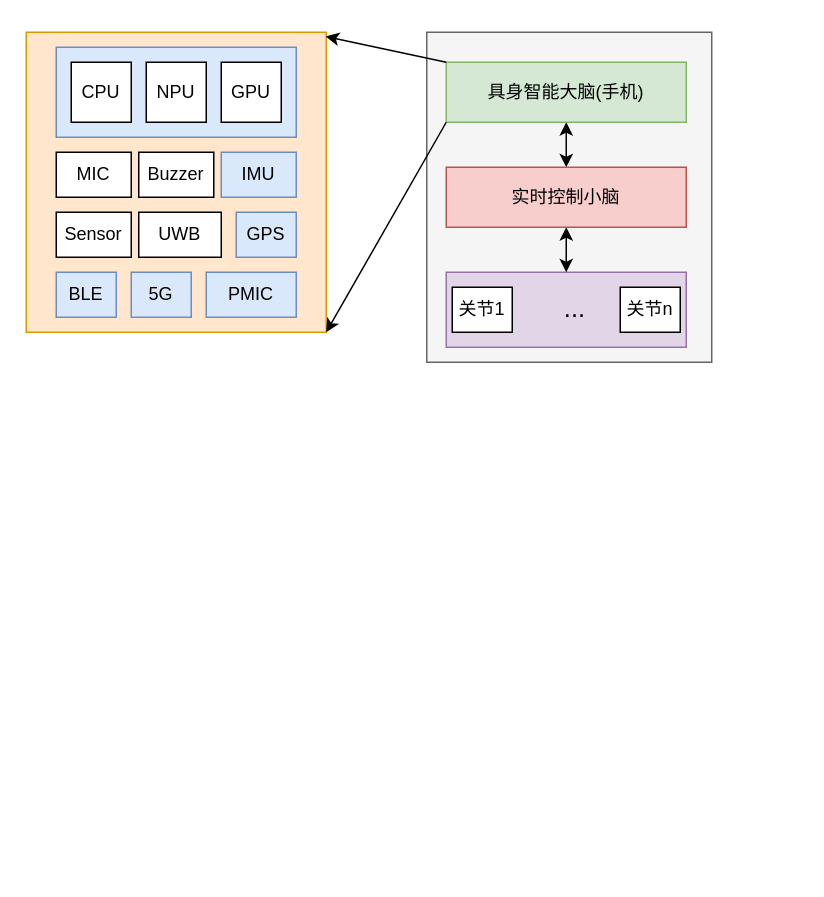
The draw.io diagram AI-robots.drawio in mailonghua/drawio, before the edit. Source tidied: cells renumbered, new cells numbered last; positions are measured from the earlier drawing's top-left corner, leaving out a move shared by most shapes. Both pictures are drawn from the tidied source at 150%, with x=0, y=0 at pixel (26, 32).
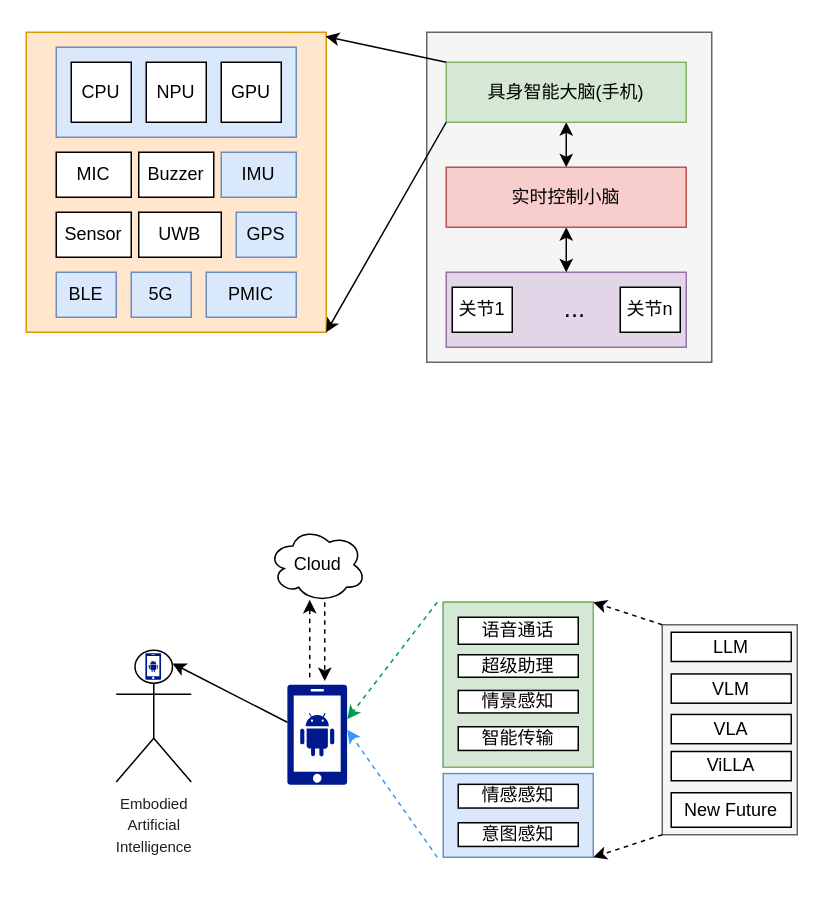
The same page after the edit.

Change to the diagram source:
```diff
@@
+    <mxCell id="28" style="rounded=0;whiteSpace=wrap;html=1;fillColor=#f5f5f5;strokeColor=#666666;fontColor=#333333;" parent="1" vertex="1">
+      <mxGeometry x="424" y="395" width="90" height="140" as="geometry" />
+    </mxCell>
+    <mxCell id="29" style="rounded=0;whiteSpace=wrap;html=1;fillColor=#dae8fc;strokeColor=#6c8ebf;" parent="1" vertex="1">
+      <mxGeometry x="278" y="494.2" width="100" height="55.8" as="geometry" />
+    </mxCell>
@@
+    <mxCell id="30" style="sketch=0;shadow=0;dashed=0;html=1;strokeColor=none;labelPosition=center;verticalLabelPosition=bottom;verticalAlign=top;align=center;fillColor=#00188D;shape=mxgraph.mscae.enterprise.android_phone;" parent="1" vertex="1">
+      <mxGeometry x="174" y="435" width="40" height="66.7" as="geometry" />
+    </mxCell>
+    <mxCell id="31" value="Cloud" style="ellipse;shape=cloud;whiteSpace=wrap;html=1;" parent="1" vertex="1">
+      <mxGeometry x="161.5" y="330" width="65" height="50" as="geometry" />
+    </mxCell>
+    <mxCell id="32" style="endArrow=classic;html=1;rounded=0;entryX=0.75;entryY=0.1;entryDx=0;entryDy=0;entryPerimeter=0;" parent="1" edge="1" target="53">
+      <mxGeometry relative="1" as="geometry">
+        <mxPoint x="174" y="460" as="sourcePoint" />
+      </mxGeometry>
+    </mxCell>
+    <mxCell id="33" style="endArrow=classic;html=1;rounded=0;dashed=1;strokeColor=light-dark(#3399FF,#8282FF);" parent="1" edge="1">
+      <mxGeometry relative="1" as="geometry">
+        <mxPoint x="274" y="550" as="sourcePoint" />
+        <mxPoint x="214" y="465" as="targetPoint" />
+      </mxGeometry>
+    </mxCell>
+    <mxCell id="34" style="endArrow=classic;html=1;rounded=0;dashed=1;strokeColor=#00994D;" parent="1" edge="1">
+      <mxGeometry relative="1" as="geometry">
+        <mxPoint x="274" y="380" as="sourcePoint" />
+        <mxPoint x="214" y="458" as="targetPoint" />
+      </mxGeometry>
+    </mxCell>
+    <mxCell id="35" value="LLM" style="rounded=0;whiteSpace=wrap;html=1;" parent="1" vertex="1">
+      <mxGeometry x="430" y="400" width="80" height="19.5" as="geometry" />
+    </mxCell>
+    <mxCell id="36" value="VLM" style="rounded=0;whiteSpace=wrap;html=1;" parent="1" vertex="1">
+      <mxGeometry x="430" y="427.8" width="80" height="19.5" as="geometry" />
+    </mxCell>
+    <mxCell id="37" value="VLA" style="rounded=0;whiteSpace=wrap;html=1;" parent="1" vertex="1">
+      <mxGeometry x="430" y="454.8" width="80" height="19.5" as="geometry" />
+    </mxCell>
+    <mxCell id="38" value="ViLLA" style="rounded=0;whiteSpace=wrap;html=1;" parent="1" vertex="1">
+      <mxGeometry x="430" y="479.5" width="80" height="19.5" as="geometry" />
+    </mxCell>
+    <mxCell id="39" style="group;fillColor=#dae8fc;strokeColor=#6c8ebf;" parent="1" vertex="1">
+      <mxGeometry x="278" y="380" width="100" height="110" as="geometry" />
+    </mxCell>
+    <mxCell id="40" value="情感感知" style="rounded=0;whiteSpace=wrap;html=1;" parent="1" vertex="1">
+      <mxGeometry x="288" y="501.4" width="80" height="15.8" as="geometry" />
+    </mxCell>
+    <mxCell id="41" value="意图感知" style="rounded=0;whiteSpace=wrap;html=1;" parent="1" vertex="1">
+      <mxGeometry x="288" y="527" width="80" height="15.8" as="geometry" />
+    </mxCell>
+    <mxCell id="42" style="endArrow=classic;html=1;rounded=0;entryX=0.423;entryY=0.968;entryDx=0;entryDy=0;entryPerimeter=0;dashed=1;" parent="1" edge="1" target="31">
+      <mxGeometry relative="1" as="geometry">
+        <mxPoint x="189" y="430" as="sourcePoint" />
+      </mxGeometry>
+    </mxCell>
+    <mxCell id="43" style="endArrow=classic;html=1;rounded=0;exitX=0.577;exitY=1;exitDx=0;exitDy=0;exitPerimeter=0;dashed=1;" parent="1" edge="1" source="31">
+      <mxGeometry relative="1" as="geometry">
+        <mxPoint x="199" y="432.5" as="targetPoint" />
+      </mxGeometry>
+    </mxCell>
+    <mxCell id="44" style="rounded=0;whiteSpace=wrap;html=1;fillColor=#d5e8d4;strokeColor=#82b366;" parent="1" vertex="1">
+      <mxGeometry x="278" y="380" width="100" height="110" as="geometry" />
+    </mxCell>
+    <mxCell id="45" value="语音通话" style="rounded=0;whiteSpace=wrap;html=1;" parent="1" vertex="1">
+      <mxGeometry x="288" y="390" width="80" height="18" as="geometry" />
+    </mxCell>
+    <mxCell id="46" value="超级助理" style="rounded=0;whiteSpace=wrap;html=1;" parent="1" vertex="1">
+      <mxGeometry x="288" y="415" width="80" height="15" as="geometry" />
+    </mxCell>
+    <mxCell id="47" value="智能传输" style="rounded=0;whiteSpace=wrap;html=1;" parent="1" vertex="1">
+      <mxGeometry x="288" y="463" width="80" height="15.8" as="geometry" />
+    </mxCell>
+    <mxCell id="48" value="情景感知" style="rounded=0;whiteSpace=wrap;html=1;" parent="1" vertex="1">
+      <mxGeometry x="288" y="438.8" width="80" height="15" as="geometry" />
+    </mxCell>
+    <mxCell id="49" value="New Future" style="rounded=0;whiteSpace=wrap;html=1;" parent="1" vertex="1">
+      <mxGeometry x="430" y="507" width="80" height="23" as="geometry" />
+    </mxCell>
+    <mxCell id="50" style="endArrow=classic;html=1;rounded=0;dashed=1;strokeColor=light-dark(#000000,#8282FF);exitX=0;exitY=1;exitDx=0;exitDy=0;" parent="1" edge="1" source="28">
+      <mxGeometry relative="1" as="geometry">
+        <mxPoint x="378" y="550" as="targetPoint" />
+      </mxGeometry>
+    </mxCell>
+    <mxCell id="51" style="endArrow=classic;html=1;rounded=0;dashed=1;strokeColor=light-dark(#000000,#8282FF);exitX=0;exitY=0;exitDx=0;exitDy=0;" parent="1" edge="1" source="28">
+      <mxGeometry relative="1" as="geometry">
+        <mxPoint x="378" y="380" as="targetPoint" />
+      </mxGeometry>
+    </mxCell>
+    <mxCell id="52" style="group;" parent="1" vertex="1">
+      <mxGeometry x="60" y="412" width="50" height="87.9" as="geometry" />
+    </mxCell>
+    <mxCell id="53" value="&lt;span style=&quot;color: rgb(31, 31, 31); font-family: Arial, sans-serif; text-align: start; text-wrap: wrap; background-color: rgb(255, 255, 255);&quot;&gt;&lt;font style=&quot;font-size: 10px;&quot;&gt;Embodied Artificial Intelligence&lt;/font&gt;&lt;/span&gt;" style="shape=umlActor;verticalLabelPosition=bottom;verticalAlign=top;html=1;outlineConnect=0;" parent="52" vertex="1">
+      <mxGeometry width="50" height="87.9" as="geometry" />
+    </mxCell>
+    <mxCell id="54" style="sketch=0;shadow=0;dashed=0;html=1;strokeColor=none;labelPosition=center;verticalLabelPosition=bottom;verticalAlign=top;align=center;fillColor=#00188D;shape=mxgraph.mscae.enterprise.android_phone;" parent="52" vertex="1">
+      <mxGeometry x="19.4" y="2" width="10.5" height="17.6" as="geometry" />
+    </mxCell>
```
